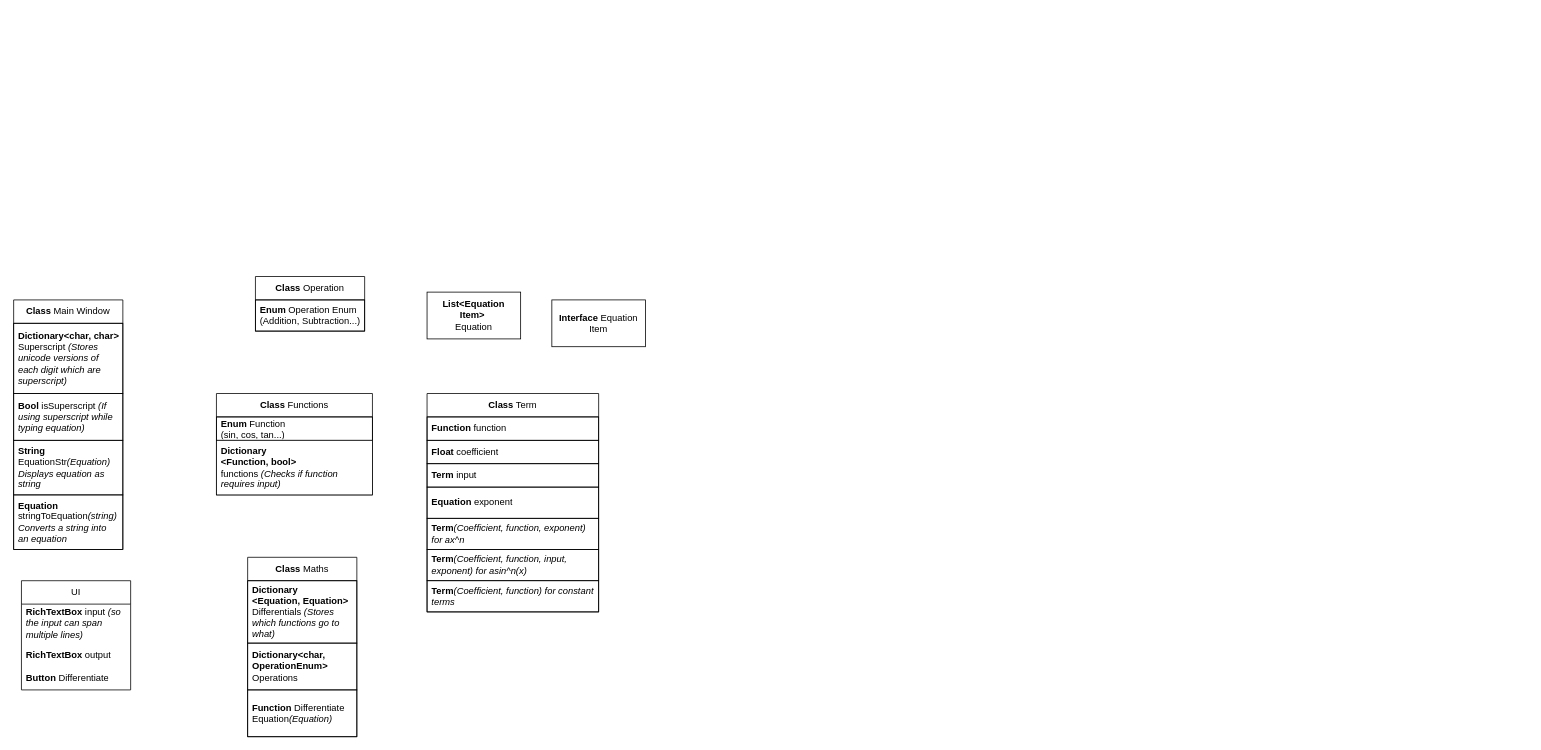
Before: Class diagram.drawio in RandomPDF/Maths-solver, a draw.io diagram. Source tidied: cells renumbered, new cells numbered last; positions are measured from the earlier drawing's top-left corner, leaving out a move shared by most shapes. Both pictures are drawn from the tidied source at 78%, with x=0, y=0 at pixel (13, 276).
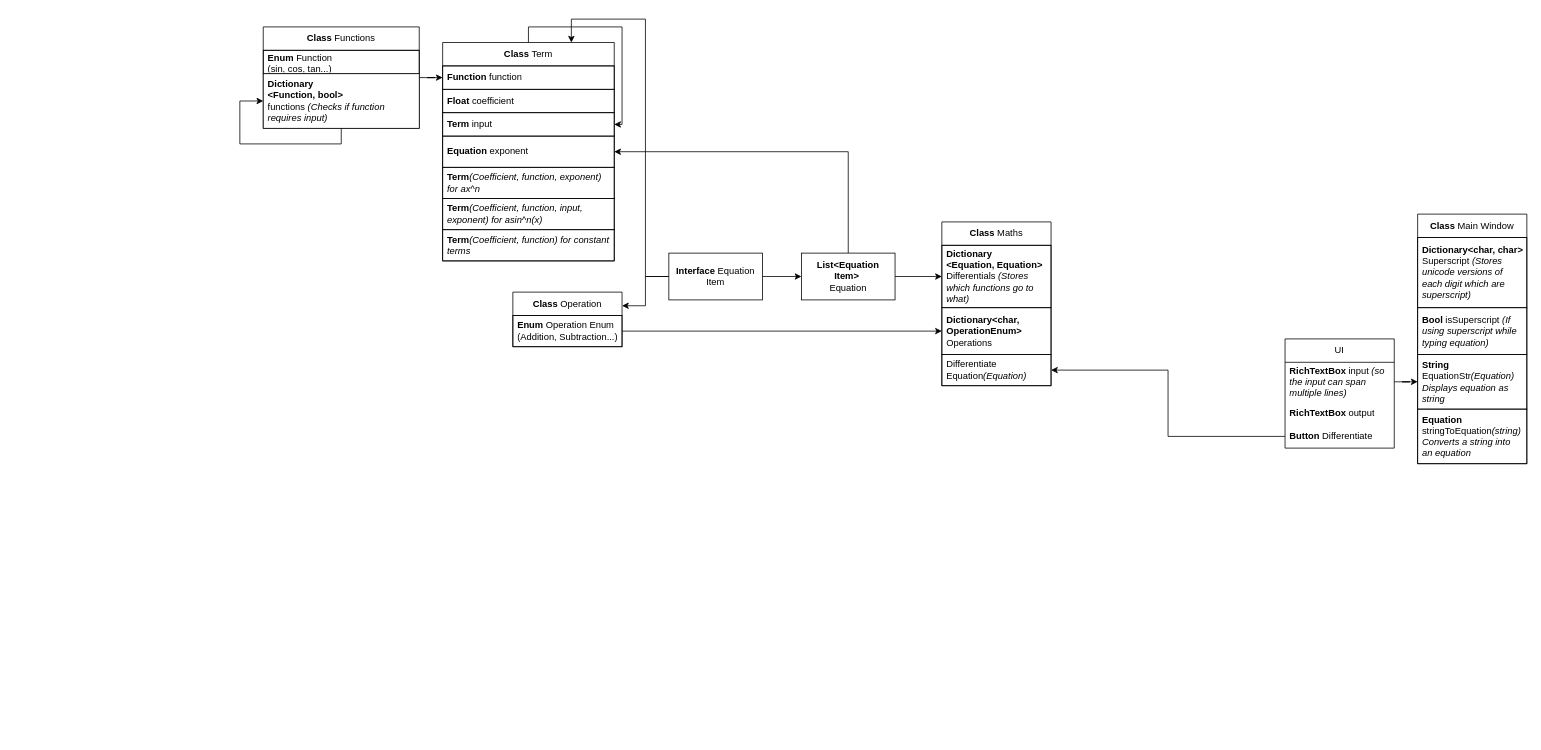
The same page after the edit.

Commit message:
Created connections between classes and functions

The change refers to these unchanged cells:
```xml
<mxCell id="7" value="&lt;b&gt;Dictionary&lt;br&gt;&amp;lt;Function, bool&amp;gt; &lt;/b&gt;functions&lt;b&gt;&amp;nbsp;&lt;/b&gt;&lt;i&gt;(Checks if function requires input)&lt;/i&gt;" style="text;strokeColor=default;fillColor=default;align=left;verticalAlign=middle;spacingLeft=4;spacingRight=4;overflow=hidden;points=[[0,0.5],[1,0.5]];portConstraint=eastwest;whiteSpace=wrap;html=1;" parent="5" vertex="1">
  <mxGeometry y="60" width="200" height="70" as="geometry" />
</mxCell>
<mxCell id="9" value="&lt;b&gt;Function &lt;/b&gt;function" style="text;strokeColor=default;fillColor=none;align=left;verticalAlign=middle;spacingLeft=4;spacingRight=4;overflow=hidden;points=[[0,0.5],[1,0.5]];portConstraint=eastwest;whiteSpace=wrap;html=1;" parent="8" vertex="1">
  <mxGeometry y="30" width="220" height="30" as="geometry" />
</mxCell>
<mxCell id="11" value="&lt;b&gt;Term&amp;nbsp;&lt;/b&gt;input" style="text;strokeColor=default;fillColor=none;align=left;verticalAlign=middle;spacingLeft=4;spacingRight=4;overflow=hidden;points=[[0,0.5],[1,0.5]];portConstraint=eastwest;whiteSpace=wrap;html=1;" parent="8" vertex="1">
  <mxGeometry y="90" width="220" height="30" as="geometry" />
</mxCell>
<mxCell id="12" value="&lt;b&gt;Equation&amp;nbsp;&lt;/b&gt;exponent" style="text;strokeColor=default;fillColor=none;align=left;verticalAlign=middle;spacingLeft=4;spacingRight=4;overflow=hidden;points=[[0,0.5],[1,0.5]];portConstraint=eastwest;whiteSpace=wrap;html=1;" parent="8" vertex="1">
  <mxGeometry y="120" width="220" height="40" as="geometry" />
</mxCell>
<mxCell id="17" value="&lt;b&gt;Dictionary&lt;/b&gt;&lt;br&gt;&lt;b&gt;&amp;lt;Equation, Equation&amp;gt;&amp;nbsp;&lt;br&gt;&lt;/b&gt;Differentials &lt;i&gt;(Stores which functions go to what)&lt;/i&gt;" style="text;strokeColor=default;fillColor=none;align=left;verticalAlign=middle;spacingLeft=4;spacingRight=4;overflow=hidden;points=[[0,0.5],[1,0.5]];portConstraint=eastwest;whiteSpace=wrap;html=1;" parent="16" vertex="1">
  <mxGeometry y="30" width="140" height="80" as="geometry" />
</mxCell>
<mxCell id="18" value="&lt;b&gt;Dictionary&amp;lt;char, OperationEnum&amp;gt;&lt;/b&gt; Operations" style="text;strokeColor=default;fillColor=none;align=left;verticalAlign=middle;spacingLeft=4;spacingRight=4;overflow=hidden;points=[[0,0.5],[1,0.5]];portConstraint=eastwest;whiteSpace=wrap;html=1;" parent="16" vertex="1">
  <mxGeometry y="110" width="140" height="60" as="geometry" />
</mxCell>
<mxCell id="23" value="&lt;b&gt;String &lt;/b&gt;EquationStr&lt;i&gt;(Equation)&lt;/i&gt;&lt;br&gt;&lt;i&gt;Displays equation as string&lt;/i&gt;" style="text;strokeColor=default;fillColor=none;align=left;verticalAlign=middle;spacingLeft=4;spacingRight=4;overflow=hidden;points=[[0,0.5],[1,0.5]];portConstraint=eastwest;whiteSpace=wrap;html=1;" parent="20" vertex="1">
  <mxGeometry y="180" width="140" height="70" as="geometry" />
</mxCell>
<mxCell id="27" value="&lt;b&gt;RichTextBox &lt;/b&gt;input &lt;i&gt;(so the input can span multiple lines)&lt;/i&gt;" style="text;strokeColor=none;fillColor=none;align=left;verticalAlign=middle;spacingLeft=4;spacingRight=4;overflow=hidden;points=[[0,0.5],[1,0.5]];portConstraint=eastwest;whiteSpace=wrap;html=1;" parent="26" vertex="1">
  <mxGeometry y="30" width="140" height="50" as="geometry" />
</mxCell>
<mxCell id="29" value="&lt;b&gt;Button &lt;/b&gt;Differentiate" style="text;strokeColor=none;fillColor=none;align=left;verticalAlign=middle;spacingLeft=4;spacingRight=4;overflow=hidden;points=[[0,0.5],[1,0.5]];portConstraint=eastwest;whiteSpace=wrap;html=1;" parent="26" vertex="1">
  <mxGeometry y="110" width="140" height="30" as="geometry" />
</mxCell>
```

Change to the diagram source:
```diff
@@
+    <mxCell id="30" style="edgeStyle=orthogonalEdgeStyle;rounded=0;jettySize=auto;html=1;entryX=1;entryY=0.25;entryDx=0;entryDy=0;" parent="1" edge="1" source="2" target="3">
+      <mxGeometry relative="1" as="geometry" />
+    </mxCell>
+    <mxCell id="31" style="edgeStyle=orthogonalEdgeStyle;rounded=0;jettySize=auto;html=1;entryX=0.75;entryY=0;entryDx=0;entryDy=0;" parent="1" edge="1" source="2" target="8">
+      <mxGeometry relative="1" as="geometry">
+        <Array as="points">
+          <mxPoint x="810" />
+          <mxPoint x="810" y="-330" />
+          <mxPoint x="715" y="-330" />
+        </Array>
+      </mxGeometry>
+    </mxCell>
+    <mxCell id="32" style="edgeStyle=orthogonalEdgeStyle;rounded=0;jettySize=auto;html=1;entryX=0;entryY=0.5;entryDx=0;entryDy=0;" parent="1" edge="1" source="2" target="25">
+      <mxGeometry relative="1" as="geometry" />
+    </mxCell>
     <mxCell id="2" value="&lt;b&gt;Interface &lt;/b&gt;Equation Item" style="rounded=0;whiteSpace=wrap;html=1;" parent="1" vertex="1">
-      <mxGeometry x="690" y="30" width="120" height="60" as="geometry" />
+      <mxGeometry x="840" y="-30" width="120" height="60" as="geometry" />
     </mxCell>
     <mxCell id="3" value="&lt;b&gt;Class &lt;/b&gt;Operation" style="swimlane;fontStyle=0;horizontal=1;startSize=30;whiteSpace=wrap;html=1;" parent="1" vertex="1">
-      <mxGeometry x="310" width="140" height="70" as="geometry" />
+      <mxGeometry x="640" y="20" width="140" height="70" as="geometry" />
     </mxCell>
-    <mxCell id="4" value="&lt;b&gt;Enum &lt;/b&gt;Operation Enum (Addition, Subtraction...)" style="text;strokeColor=default;fillColor=none;align=left;verticalAlign=middle;spacingLeft=4;spacingRight=4;overflow=hidden;points=[[0,0.5],[1,0.5]];portConstraint=eastwest;whiteSpace=wrap;html=1;" parent="3" vertex="1">
-      <mxGeometry y="30" width="140" height="40" as="geometry" />
-    </mxCell>
+    <mxCell id="33" style="edgeStyle=orthogonalEdgeStyle;rounded=0;jettySize=auto;html=1;entryX=0;entryY=0.5;entryDx=0;entryDy=0;" parent="1" edge="1" source="5" target="9">
+      <mxGeometry relative="1" as="geometry" />
+    </mxCell>
     <mxCell id="5" value="&lt;b&gt;Class &lt;/b&gt;Functions" style="swimlane;fontStyle=0;horizontal=1;startSize=30;whiteSpace=wrap;html=1;" parent="1" vertex="1">
-      <mxGeometry x="260" y="150" width="200" height="130" as="geometry" />
+      <mxGeometry x="320" y="-320" width="200" height="130" as="geometry" />
     </mxCell>
@@
+    <mxCell id="34" style="edgeStyle=orthogonalEdgeStyle;rounded=0;jettySize=auto;html=1;entryX=0;entryY=0.5;entryDx=0;entryDy=0;" parent="5" edge="1" source="5" target="7">
+      <mxGeometry relative="1" as="geometry">
+        <Array as="points">
+          <mxPoint x="100" y="150" />
+          <mxPoint x="-30" y="150" />
+          <mxPoint x="-30" y="95" />
+        </Array>
+      </mxGeometry>
+    </mxCell>
     <mxCell id="8" value="&lt;b&gt;Class &lt;/b&gt;Term" style="swimlane;fontStyle=0;horizontal=1;startSize=30;whiteSpace=wrap;html=1;strokeColor=default;fillColor=default;" parent="1" vertex="1">
-      <mxGeometry x="530" y="150" width="220" height="280" as="geometry" />
+      <mxGeometry x="550" y="-300" width="220" height="280" as="geometry" />
     </mxCell>
@@
+    <mxCell id="35" style="edgeStyle=orthogonalEdgeStyle;rounded=0;jettySize=auto;html=1;entryX=1;entryY=0.5;entryDx=0;entryDy=0;" parent="8" edge="1" source="8" target="11">
+      <mxGeometry relative="1" as="geometry">
+        <Array as="points">
+          <mxPoint x="110" y="-20" />
+          <mxPoint x="230" y="-20" />
+          <mxPoint x="230" y="105" />
+        </Array>
+      </mxGeometry>
+    </mxCell>
     <mxCell id="16" value="&lt;b&gt;Class &lt;/b&gt;Maths" style="swimlane;fontStyle=0;horizontal=1;startSize=30;whiteSpace=wrap;html=1;strokeColor=default;fillColor=default;" parent="1" vertex="1">
-      <mxGeometry x="300" y="360" width="140" height="230" as="geometry" />
+      <mxGeometry x="1190" y="-70" width="140" height="210" as="geometry" />
     </mxCell>
@@
-    <mxCell id="19" value="&lt;b&gt;Function &lt;/b&gt;Differentiate Equation&lt;i&gt;(Equation)&lt;/i&gt;" style="text;strokeColor=default;fillColor=none;align=left;verticalAlign=middle;spacingLeft=4;spacingRight=4;overflow=hidden;points=[[0,0.5],[1,0.5]];portConstraint=eastwest;whiteSpace=wrap;html=1;" parent="16" vertex="1">
-      <mxGeometry y="170" width="140" height="60" as="geometry" />
+    <mxCell id="19" value="Differentiate Equation&lt;i&gt;(Equation)&lt;/i&gt;" style="text;strokeColor=default;fillColor=none;align=left;verticalAlign=middle;spacingLeft=4;spacingRight=4;overflow=hidden;points=[[0,0.5],[1,0.5]];portConstraint=eastwest;whiteSpace=wrap;html=1;" parent="16" vertex="1">
+      <mxGeometry y="170" width="140" height="40" as="geometry" />
     </mxCell>
     <mxCell id="20" value="&lt;b&gt;Class &lt;/b&gt;Main Window" style="swimlane;fontStyle=0;horizontal=1;startSize=30;whiteSpace=wrap;html=1;strokeColor=default;fillColor=default;" parent="1" vertex="1">
-      <mxGeometry y="30" width="140" height="320" as="geometry" />
+      <mxGeometry x="1800" y="-80" width="140" height="320" as="geometry" />
     </mxCell>
@@
+    <mxCell id="36" style="edgeStyle=orthogonalEdgeStyle;rounded=0;jettySize=auto;html=1;entryX=1;entryY=0.5;entryDx=0;entryDy=0;" parent="1" edge="1" source="25" target="12">
+      <mxGeometry relative="1" as="geometry" />
+    </mxCell>
+    <mxCell id="37" style="edgeStyle=orthogonalEdgeStyle;rounded=0;jettySize=auto;html=1;entryX=0;entryY=0.5;entryDx=0;entryDy=0;" parent="1" edge="1" source="25" target="17">
+      <mxGeometry relative="1" as="geometry" />
+    </mxCell>
     <mxCell id="25" value="&lt;b&gt;List&amp;lt;Equation Item&amp;gt;&amp;nbsp;&lt;br&gt;&lt;/b&gt;Equation" style="rounded=0;whiteSpace=wrap;html=1;" parent="1" vertex="1">
-      <mxGeometry x="530" y="20" width="120" height="60" as="geometry" />
+      <mxGeometry x="1010" y="-30" width="120" height="60" as="geometry" />
     </mxCell>
-    <mxCell id="26" value="UI" style="swimlane;fontStyle=0;horizontal=1;startSize=30;whiteSpace=wrap;html=1;strokeColor=default;" parent="1" vertex="1">
-      <mxGeometry x="10" y="390" width="140" height="140" as="geometry" />
+    <mxCell id="26" value="UI" style="swimlane;fontStyle=0;horizontal=1;startSize=30;whiteSpace=wrap;html=1;strokeColor=default;direction=east;" parent="1" vertex="1">
+      <mxGeometry x="1630" y="80" width="140" height="140" as="geometry" />
     </mxCell>
@@
+    <mxCell id="38" style="edgeStyle=orthogonalEdgeStyle;rounded=0;jettySize=auto;html=1;entryX=0;entryY=0.5;entryDx=0;entryDy=0;" parent="1" edge="1" source="4" target="18">
+      <mxGeometry relative="1" as="geometry" />
+    </mxCell>
+    <mxCell id="4" value="&lt;b&gt;Enum &lt;/b&gt;Operation Enum (Addition, Subtraction...)" style="text;strokeColor=default;fillColor=none;align=left;verticalAlign=middle;spacingLeft=4;spacingRight=4;overflow=hidden;points=[[0,0.5],[1,0.5]];portConstraint=eastwest;whiteSpace=wrap;html=1;" parent="1" vertex="1">
+      <mxGeometry x="640" y="50" width="140" height="40" as="geometry" />
+    </mxCell>
+    <mxCell id="39" style="edgeStyle=orthogonalEdgeStyle;rounded=0;jettySize=auto;html=1;entryX=1;entryY=0.5;entryDx=0;entryDy=0;" parent="1" edge="1" source="29" target="19">
+      <mxGeometry relative="1" as="geometry" />
+    </mxCell>
+    <mxCell id="40" style="edgeStyle=orthogonalEdgeStyle;rounded=0;jettySize=auto;html=1;entryX=0;entryY=0.5;entryDx=0;entryDy=0;" parent="1" edge="1" source="27" target="23">
+      <mxGeometry relative="1" as="geometry" />
+    </mxCell>
```
